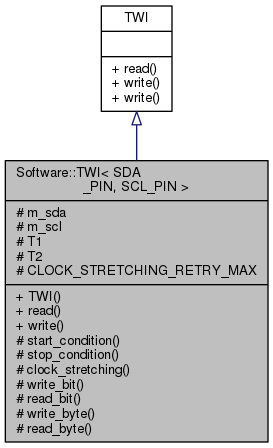
Earlier version of the Graphviz export Arduino-TWI/dd/d3f/classSoftware_1_1TWI__coll__graph.png (mikaelpatel/mikaelpatel.github.io). Its source is kept beside it as Arduino-TWI/dd/d3f/classSoftware_1_1TWI__coll__graph.dot. Source of this version:
```dot
digraph "Software::TWI&lt; SDA_PIN, SCL_PIN &gt;"
{
  edge [fontname="Helvetica",fontsize="10",labelfontname="Helvetica",labelfontsize="10"];
  node [fontname="Helvetica",fontsize="10",shape=record];
  Node1 [label="{Software::TWI\< SDA\l_PIN, SCL_PIN \>\n|# m_sda\l# m_scl\l# T1\l# T2\l# CLOCK_STRETCHING_RETRY_MAX\l|+ TWI()\l+ read()\l+ write()\l# start_condition()\l# stop_condition()\l# clock_stretching()\l# write_bit()\l# read_bit()\l# write_byte()\l# read_byte()\l}",height=0.2,width=0.4,color="black", fillcolor="grey75", style="filled", fontcolor="black"];
  Node2 -> Node1 [dir="back",color="midnightblue",fontsize="10",style="solid",arrowtail="onormal",fontname="Helvetica"];
  Node2 [label="{TWI\n||+ read()\l+ write()\l+ write()\l}",height=0.2,width=0.4,color="black", fillcolor="white", style="filled",URL="$d1/deb/classTWI.html"];
}
```
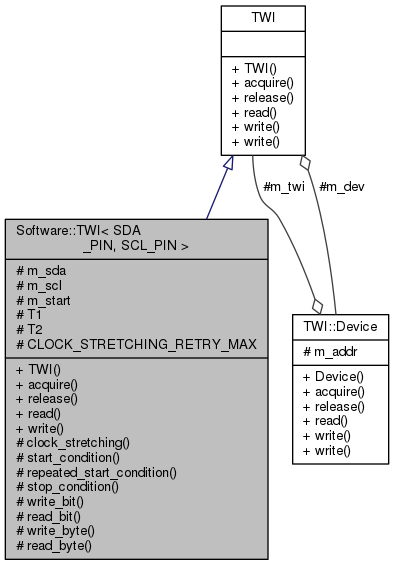
The same file after the commit.

Diff of the diagram source:
```diff
@@ -2,7 +2,10 @@
 {
   edge [fontname="Helvetica",fontsize="10",labelfontname="Helvetica",labelfontsize="10"];
   node [fontname="Helvetica",fontsize="10",shape=record];
-  Node1 [label="{Software::TWI\< SDA\l_PIN, SCL_PIN \>\n|# m_sda\l# m_scl\l# T1\l# T2\l# CLOCK_STRETCHING_RETRY_MAX\l|+ TWI()\l+ read()\l+ write()\l# start_condition()\l# stop_condition()\l# clock_stretching()\l# write_bit()\l# read_bit()\l# write_byte()\l# read_byte()\l}",height=0.2,width=0.4,color="black", fillcolor="grey75", style="filled", fontcolor="black"];
+  Node1 [label="{Software::TWI\< SDA\l_PIN, SCL_PIN \>\n|# m_sda\l# m_scl\l# m_start\l# T1\l# T2\l# CLOCK_STRETCHING_RETRY_MAX\l|+ TWI()\l+ acquire()\l+ release()\l+ read()\l+ write()\l# clock_stretching()\l# start_condition()\l# repeated_start_condition()\l# stop_condition()\l# write_bit()\l# read_bit()\l# write_byte()\l# read_byte()\l}",height=0.2,width=0.4,color="black", fillcolor="grey75", style="filled", fontcolor="black"];
   Node2 -> Node1 [dir="back",color="midnightblue",fontsize="10",style="solid",arrowtail="onormal",fontname="Helvetica"];
-  Node2 [label="{TWI\n||+ read()\l+ write()\l+ write()\l}",height=0.2,width=0.4,color="black", fillcolor="white", style="filled",URL="$d1/deb/classTWI.html"];
+  Node2 [label="{TWI\n||+ TWI()\l+ acquire()\l+ release()\l+ read()\l+ write()\l+ write()\l}",height=0.2,width=0.4,color="black", fillcolor="white", style="filled",URL="$d1/deb/classTWI.html"];
+  Node3 -> Node2 [color="grey25",fontsize="10",style="solid",label=" #m_dev" ,arrowhead="odiamond",fontname="Helvetica"];
+  Node3 [label="{TWI::Device\n|# m_addr\l|+ Device()\l+ acquire()\l+ release()\l+ read()\l+ write()\l+ write()\l}",height=0.2,width=0.4,color="black", fillcolor="white", style="filled",URL="$d4/d2d/classTWI_1_1Device.html"];
+  Node2 -> Node3 [color="grey25",fontsize="10",style="solid",label=" #m_twi" ,arrowhead="odiamond",fontname="Helvetica"];
 }
```
